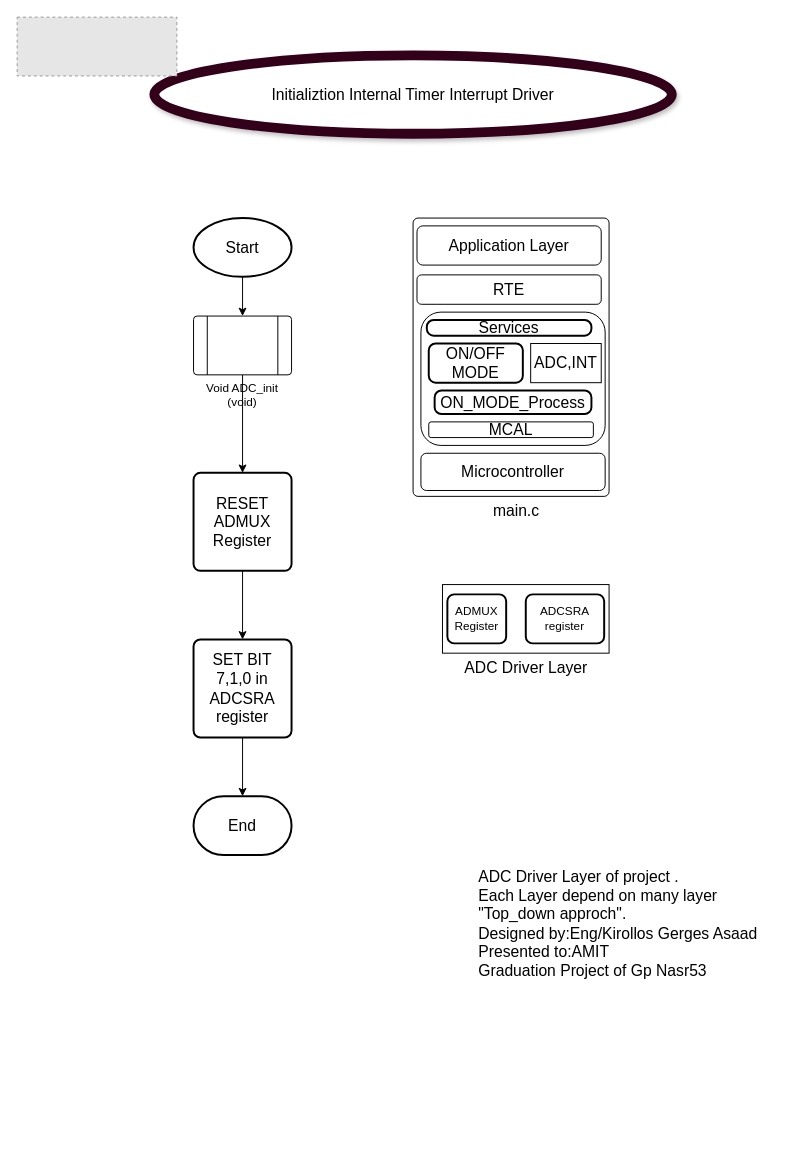
This is Flowchart and Designs/Programs/Initializtion Internal Timer Interrupt Driver.drawio from KirollosGerges2000/Electric_water_heater, a draw.io file, before an edit. Source tidied: cells renumbered, new cells numbered last; positions are measured from the earlier drawing's top-left corner, leaving out a move shared by most shapes. Both pictures are drawn from the tidied source at 98%, with x=0, y=0 at pixel (17, 17). Pictures stored in the file or linked from it are replaced by grey dashed boxes.
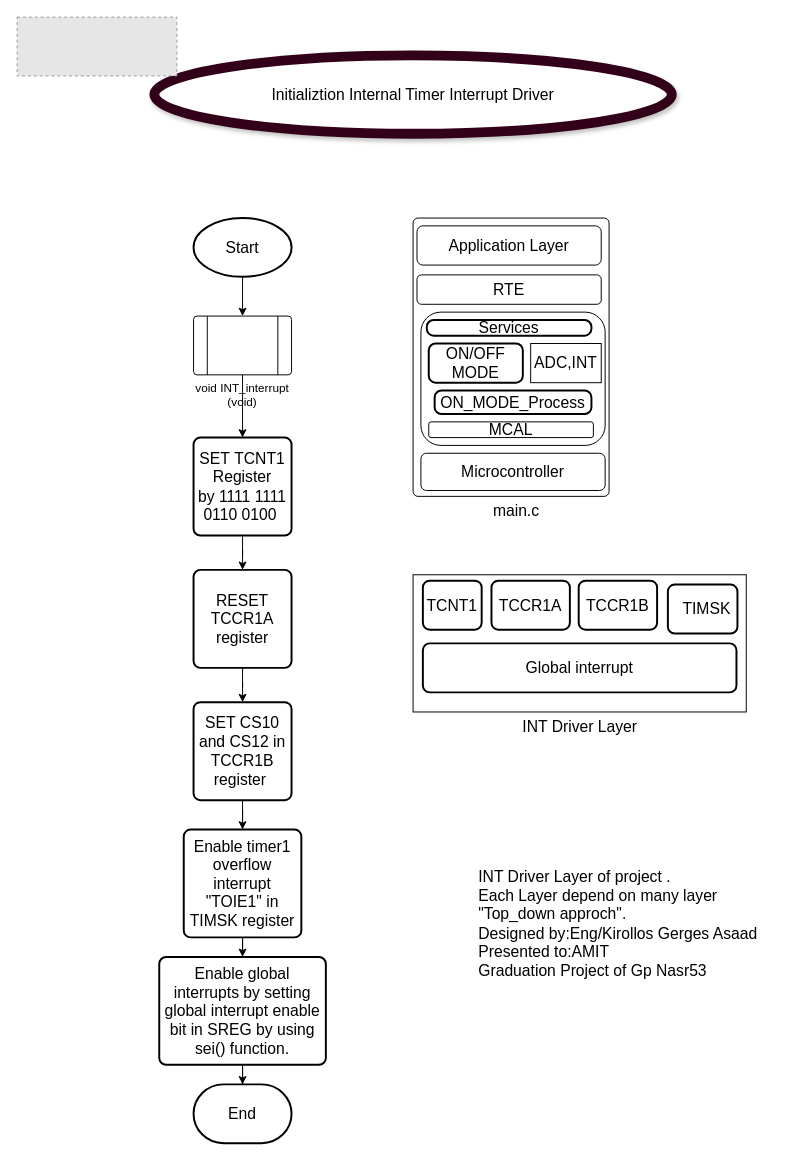
Above is the later version.

What changed in the source:
```diff
@@
-    <mxCell id="6" value="Void ADC_init (void)" style="verticalLabelPosition=bottom;verticalAlign=top;html=1;shape=process;whiteSpace=wrap;rounded=1;size=0.14;arcSize=6;" parent="1" vertex="1">
+    <mxCell id="6" value="void INT_interrupt (void)" style="verticalLabelPosition=bottom;verticalAlign=top;html=1;shape=process;whiteSpace=wrap;rounded=1;size=0.14;arcSize=6;" parent="1" vertex="1">
       <mxGeometry x="180" y="305" width="100" height="60" as="geometry" />
     </mxCell>
@@
-    <mxCell id="8" value="&lt;font style=&quot;font-size: 16px;&quot;&gt;RESET ADMUX Register&lt;/font&gt;" style="rounded=1;whiteSpace=wrap;html=1;absoluteArcSize=1;arcSize=14;strokeWidth=2;" parent="1" vertex="1">
-      <mxGeometry x="180" y="465" width="100" height="100" as="geometry" />
+    <mxCell id="8" value="&lt;font style=&quot;font-size: 16px;&quot;&gt;SET&amp;nbsp;TCNT1 Register by&amp;nbsp;1111 1111 0110 0100&amp;nbsp;&lt;/font&gt;" style="rounded=1;whiteSpace=wrap;html=1;absoluteArcSize=1;arcSize=14;strokeWidth=2;" parent="1" vertex="1">
+      <mxGeometry x="180" y="429" width="100" height="100" as="geometry" />
     </mxCell>
-    <mxCell id="9" style="edgeStyle=orthogonalEdgeStyle;rounded=0;jettySize=auto;html=1;entryX=0.5;entryY=0;entryDx=0;entryDy=0;entryPerimeter=0;" parent="1" edge="1" source="10" target="11">
-      <mxGeometry relative="1" as="geometry" />
-    </mxCell>
+    <mxCell id="31" style="edgeStyle=orthogonalEdgeStyle;rounded=0;jettySize=auto;html=1;" parent="1" edge="1" source="10" target="33">
+      <mxGeometry relative="1" as="geometry" />
+    </mxCell>
-    <mxCell id="10" value="&lt;font style=&quot;font-size: 16px;&quot;&gt;SET BIT 7,1,0 in ADCSRA register&lt;/font&gt;" style="rounded=1;whiteSpace=wrap;html=1;absoluteArcSize=1;arcSize=14;strokeWidth=2;" parent="1" vertex="1">
-      <mxGeometry x="180" y="635" width="100" height="100" as="geometry" />
+    <mxCell id="10" value="&lt;font style=&quot;font-size: 16px;&quot;&gt;RESET TCCR1A register&lt;/font&gt;" style="rounded=1;whiteSpace=wrap;html=1;absoluteArcSize=1;arcSize=14;strokeWidth=2;" parent="1" vertex="1">
+      <mxGeometry x="180" y="564" width="100" height="100" as="geometry" />
     </mxCell>
     <mxCell id="11" value="&lt;font style=&quot;font-size: 16px;&quot;&gt;End&lt;/font&gt;" style="strokeWidth=2;html=1;shape=mxgraph.flowchart.terminator;whiteSpace=wrap;" parent="1" vertex="1">
-      <mxGeometry x="180" y="795" width="100" height="60" as="geometry" />
+      <mxGeometry x="180" y="1089" width="100" height="60" as="geometry" />
     </mxCell>
@@
     <mxCell id="13" value="&lt;p style=&quot;line-height: 90%;&quot;&gt;&lt;br&gt;&lt;/p&gt;" style="rounded=0;whiteSpace=wrap;html=1;" parent="1" vertex="1">
-      <mxGeometry x="434" y="579" width="170" height="70" as="geometry" />
+      <mxGeometry x="404" y="569" width="340" height="140" as="geometry" />
     </mxCell>
-    <mxCell id="14" value="ADMUX Register" style="rounded=1;whiteSpace=wrap;html=1;absoluteArcSize=1;arcSize=14;strokeWidth=2;" parent="1" vertex="1">
-      <mxGeometry x="439" y="589" width="60" height="50" as="geometry" />
+    <mxCell id="14" value="&lt;font style=&quot;font-size: 16px;&quot;&gt;TCNT1&lt;/font&gt;" style="rounded=1;whiteSpace=wrap;html=1;absoluteArcSize=1;arcSize=14;strokeWidth=2;" parent="1" vertex="1">
+      <mxGeometry x="414" y="575" width="60" height="50" as="geometry" />
     </mxCell>
-    <mxCell id="15" value="ADCSRA register" style="rounded=1;whiteSpace=wrap;html=1;absoluteArcSize=1;arcSize=14;strokeWidth=2;" parent="1" vertex="1">
-      <mxGeometry x="519" y="589" width="80" height="50" as="geometry" />
+    <mxCell id="15" value="&lt;font style=&quot;font-size: 16px;&quot;&gt;TCCR1A&lt;/font&gt;" style="rounded=1;whiteSpace=wrap;html=1;absoluteArcSize=1;arcSize=14;strokeWidth=2;" parent="1" vertex="1">
+      <mxGeometry x="484" y="575" width="80" height="50" as="geometry" />
     </mxCell>
@@
-    <mxCell id="28" value="&lt;div style=&quot;&quot;&gt;&lt;span style=&quot;background-color: initial;&quot;&gt;&lt;font style=&quot;font-size: 16px;&quot;&gt;ADC Driver Layer of project .&lt;/font&gt;&lt;/span&gt;&lt;/div&gt;&lt;div style=&quot;&quot;&gt;&lt;span style=&quot;background-color: initial;&quot;&gt;&lt;font style=&quot;font-size: 16px;&quot;&gt;Each Layer depend on many layer &quot;Top_down approch&quot;.&lt;/font&gt;&lt;/span&gt;&lt;/div&gt;&lt;div style=&quot;&quot;&gt;&lt;span style=&quot;background-color: initial;&quot;&gt;&lt;font style=&quot;font-size: 16px;&quot;&gt;Designed by:Eng/Kirollos Gerges Asaad&lt;/font&gt;&lt;/span&gt;&lt;/div&gt;&lt;div style=&quot;&quot;&gt;&lt;span style=&quot;background-color: initial;&quot;&gt;&lt;font style=&quot;font-size: 16px;&quot;&gt;Presented to:AMIT&lt;/font&gt;&lt;/span&gt;&lt;/div&gt;&lt;div style=&quot;&quot;&gt;&lt;span style=&quot;background-color: initial;&quot;&gt;&lt;font style=&quot;font-size: 16px;&quot;&gt;Graduation Project of Gp Nasr53&lt;/font&gt;&lt;/span&gt;&lt;/div&gt;" style="text;html=1;strokeColor=none;fillColor=none;align=left;verticalAlign=middle;whiteSpace=wrap;rounded=0;" parent="1" vertex="1">
+    <mxCell id="28" value="&lt;div style=&quot;&quot;&gt;&lt;span style=&quot;background-color: initial;&quot;&gt;&lt;font style=&quot;font-size: 16px;&quot;&gt;INT Driver Layer of project .&lt;/font&gt;&lt;/span&gt;&lt;/div&gt;&lt;div style=&quot;&quot;&gt;&lt;span style=&quot;background-color: initial;&quot;&gt;&lt;font style=&quot;font-size: 16px;&quot;&gt;Each Layer depend on many layer &quot;Top_down approch&quot;.&lt;/font&gt;&lt;/span&gt;&lt;/div&gt;&lt;div style=&quot;&quot;&gt;&lt;span style=&quot;background-color: initial;&quot;&gt;&lt;font style=&quot;font-size: 16px;&quot;&gt;Designed by:Eng/Kirollos Gerges Asaad&lt;/font&gt;&lt;/span&gt;&lt;/div&gt;&lt;div style=&quot;&quot;&gt;&lt;span style=&quot;background-color: initial;&quot;&gt;&lt;font style=&quot;font-size: 16px;&quot;&gt;Presented to:AMIT&lt;/font&gt;&lt;/span&gt;&lt;/div&gt;&lt;div style=&quot;&quot;&gt;&lt;span style=&quot;background-color: initial;&quot;&gt;&lt;font style=&quot;font-size: 16px;&quot;&gt;Graduation Project of Gp Nasr53&lt;/font&gt;&lt;/span&gt;&lt;/div&gt;" style="text;html=1;strokeColor=none;fillColor=none;align=left;verticalAlign=middle;whiteSpace=wrap;rounded=0;" parent="1" vertex="1">
       <mxGeometry x="469" y="789" width="320" height="272" as="geometry" />
     </mxCell>
-    <mxCell id="29" value="&lt;font style=&quot;font-size: 16px;&quot;&gt;ADC Driver Layer&lt;/font&gt;" style="text;html=1;align=center;verticalAlign=middle;strokeColor=none;fillColor=none;" parent="1" vertex="1">
-      <mxGeometry x="444" y="649" width="150" height="30" as="geometry" />
+    <mxCell id="29" value="&lt;font style=&quot;font-size: 16px;&quot;&gt;INT Driver Layer&lt;/font&gt;" style="text;html=1;align=center;verticalAlign=middle;strokeColor=none;fillColor=none;" parent="1" vertex="1">
+      <mxGeometry x="504" y="709" width="140" height="30" as="geometry" />
     </mxCell>
@@
+    <mxCell id="32" style="edgeStyle=orthogonalEdgeStyle;rounded=0;jettySize=auto;html=1;" parent="1" edge="1" source="33" target="35">
+      <mxGeometry relative="1" as="geometry" />
+    </mxCell>
+    <mxCell id="33" value="&lt;font style=&quot;font-size: 16px;&quot;&gt;SET&amp;nbsp;CS10 and&amp;nbsp;CS12 in TCCR1B register&amp;nbsp;&lt;/font&gt;" style="rounded=1;whiteSpace=wrap;html=1;absoluteArcSize=1;arcSize=14;strokeWidth=2;" parent="1" vertex="1">
+      <mxGeometry x="180" y="699" width="100" height="100" as="geometry" />
+    </mxCell>
+    <mxCell id="34" style="edgeStyle=orthogonalEdgeStyle;rounded=0;jettySize=auto;html=1;" parent="1" edge="1" source="35" target="37">
+      <mxGeometry relative="1" as="geometry" />
+    </mxCell>
+    <mxCell id="35" value="&lt;font style=&quot;font-size: 16px;&quot;&gt;Enable timer1 overflow interrupt &quot;TOIE1&quot; in TIMSK register&lt;/font&gt;" style="rounded=1;whiteSpace=wrap;html=1;absoluteArcSize=1;arcSize=14;strokeWidth=2;" parent="1" vertex="1">
+      <mxGeometry x="170" y="829" width="120" height="110" as="geometry" />
+    </mxCell>
+    <mxCell id="36" style="edgeStyle=orthogonalEdgeStyle;rounded=0;jettySize=auto;html=1;" parent="1" edge="1" source="37" target="11">
+      <mxGeometry relative="1" as="geometry" />
+    </mxCell>
+    <mxCell id="37" value="&lt;font style=&quot;font-size: 16px;&quot;&gt;Enable global interrupts by setting global interrupt enable bit in SREG by using sei() function.&lt;/font&gt;" style="rounded=1;whiteSpace=wrap;html=1;absoluteArcSize=1;arcSize=14;strokeWidth=2;" parent="1" vertex="1">
+      <mxGeometry x="145" y="959" width="170" height="110" as="geometry" />
+    </mxCell>
+    <mxCell id="38" value="&lt;font style=&quot;font-size: 16px;&quot;&gt;TCCR1B&lt;/font&gt;" style="rounded=1;whiteSpace=wrap;html=1;absoluteArcSize=1;arcSize=14;strokeWidth=2;" parent="1" vertex="1">
+      <mxGeometry x="573" y="575" width="80" height="50" as="geometry" />
+    </mxCell>
+    <mxCell id="39" value="&lt;font style=&quot;font-size: 16px;&quot;&gt;&amp;nbsp; TIMSK&lt;/font&gt;" style="rounded=1;whiteSpace=wrap;html=1;absoluteArcSize=1;arcSize=14;strokeWidth=2;" parent="1" vertex="1">
+      <mxGeometry x="664" y="579" width="71" height="50" as="geometry" />
+    </mxCell>
+    <mxCell id="40" value="&lt;font style=&quot;font-size: 16px;&quot;&gt;Global interrupt&lt;/font&gt;" style="rounded=1;whiteSpace=wrap;html=1;absoluteArcSize=1;arcSize=14;strokeWidth=2;" parent="1" vertex="1">
+      <mxGeometry x="414" y="639" width="320" height="50" as="geometry" />
+    </mxCell>
```
